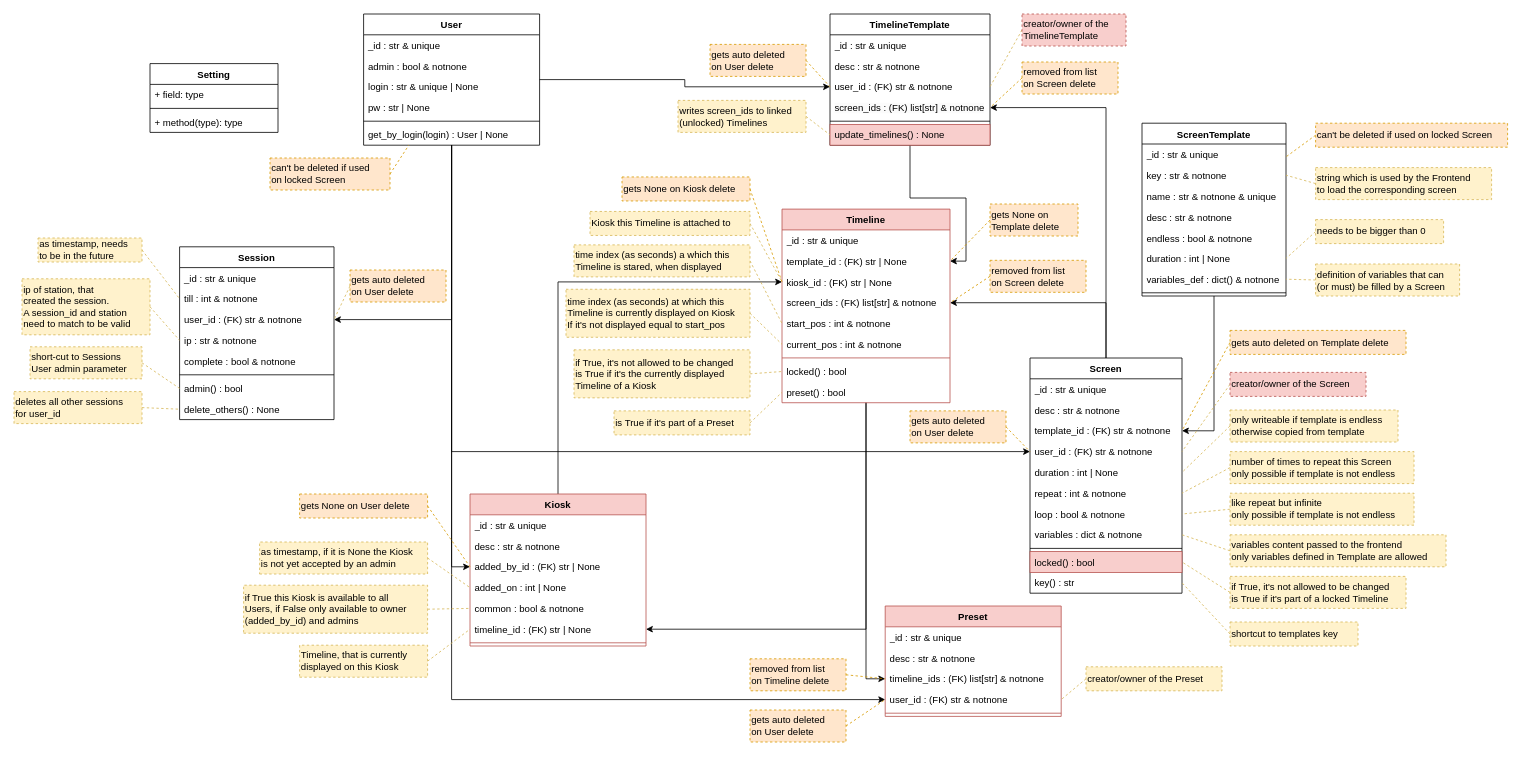
This is docs/elements.drawio from nlptournament/nlpt-kiosk, a draw.io file, before an edit. Source tidied: cells renumbered, new cells numbered last; positions are measured from the earlier drawing's top-left corner, leaving out a move shared by most shapes. Both pictures are drawn from the tidied source at 80%, with x=0, y=0 at pixel (14, 14).
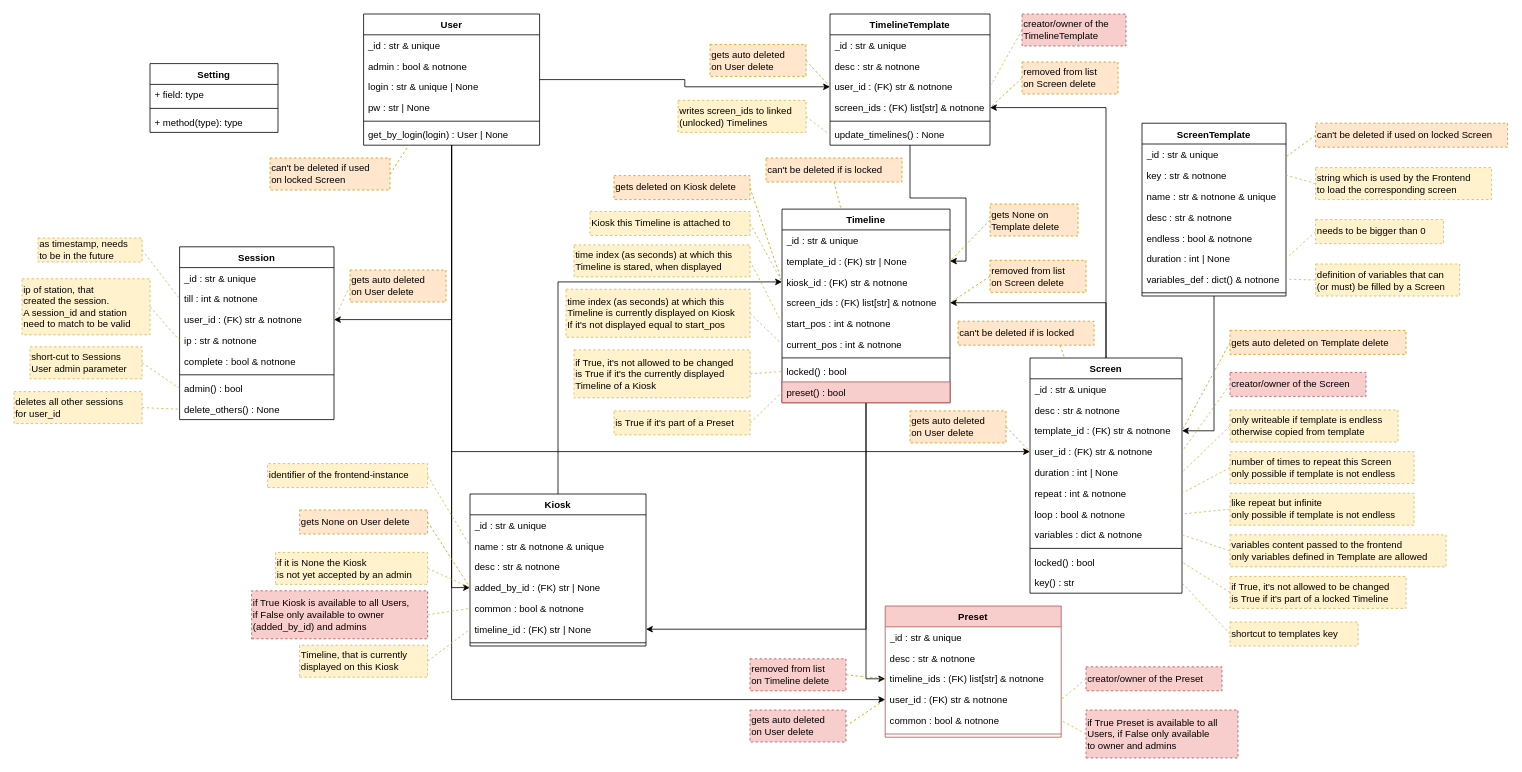
The same page after the edit.

Commit message (it also covers changes not shown here):
backend: added elements Timeline and Kiosk

Unchanged cells that the change refers to:
```xml
<mxCell id="47" value="TimelineTemplate" style="swimlane;fontStyle=1;align=center;verticalAlign=top;horizontal=1;startSize=26;whiteSpace=wrap;html=1;" parent="1" vertex="1">
  <mxGeometry x="1020" width="200" height="164" as="geometry" />
</mxCell>
<mxCell id="78" value="Screen" style="swimlane;fontStyle=1;align=center;verticalAlign=top;horizontal=1;startSize=26;whiteSpace=wrap;html=1;" parent="1" vertex="1">
  <mxGeometry x="1270" y="430" width="190" height="294" as="geometry" />
</mxCell>
```

The edit, as a diff of the source:
```diff
@@
-    <mxCell id="38" value="Kiosk" style="swimlane;fontStyle=1;align=center;verticalAlign=top;horizontal=1;startSize=26;whiteSpace=wrap;html=1;fillColor=#f8cecc;strokeColor=#b85450;" parent="1" vertex="1">
+    <mxCell id="38" value="Kiosk" style="swimlane;fontStyle=1;align=center;verticalAlign=top;horizontal=1;startSize=26;whiteSpace=wrap;html=1;" parent="1" vertex="1">
       <mxGeometry x="570" y="600" width="220" height="190" as="geometry" />
     </mxCell>
@@
+    <mxCell id="162" value="name : str &amp;amp; notnone &amp;amp; unique" style="text;strokeColor=none;fillColor=none;align=left;verticalAlign=top;spacingLeft=4;spacingRight=4;overflow=hidden;points=[[0,0.5],[1,0.5]];portConstraint=eastwest;whiteSpace=wrap;html=1;" parent="38" vertex="1">
+      <mxGeometry y="52" width="220" height="26" as="geometry" />
+    </mxCell>
     <mxCell id="40" value="desc : str &amp;amp; notnone" style="text;strokeColor=none;fillColor=none;align=left;verticalAlign=top;spacingLeft=4;spacingRight=4;overflow=hidden;whiteSpace=wrap;html=1;" parent="38" vertex="1">
-      <mxGeometry y="52" width="220" height="26" as="geometry" />
+      <mxGeometry y="78" width="220" height="26" as="geometry" />
     </mxCell>
     <mxCell id="41" value="added_by_id : (FK) str | None" style="text;strokeColor=none;fillColor=none;align=left;verticalAlign=top;spacingLeft=4;spacingRight=4;overflow=hidden;points=[[0,0.5],[1,0.5]];portConstraint=eastwest;whiteSpace=wrap;html=1;" parent="38" vertex="1">
-      <mxGeometry y="78" width="220" height="26" as="geometry" />
+      <mxGeometry y="104" width="220" height="26" as="geometry" />
     </mxCell>
-    <mxCell id="42" value="added_on : int | None" style="text;strokeColor=none;fillColor=none;align=left;verticalAlign=top;spacingLeft=4;spacingRight=4;overflow=hidden;points=[[0,0.5],[1,0.5]];portConstraint=eastwest;whiteSpace=wrap;html=1;" parent="38" vertex="1">
-      <mxGeometry y="104" width="220" height="26" as="geometry" />
-    </mxCell>
@@
-    <mxCell id="53" value="&lt;span style=&quot;color: rgb(0, 0, 0); font-family: Helvetica; font-size: 12px; font-style: normal; font-variant-ligatures: normal; font-variant-caps: normal; font-weight: 400; letter-spacing: normal; orphans: 2; text-align: left; text-indent: 0px; text-transform: none; widows: 2; word-spacing: 0px; -webkit-text-stroke-width: 0px; white-space: nowrap; text-decoration-thickness: initial; text-decoration-style: initial; text-decoration-color: initial; float: none; display: inline !important;&quot;&gt;update_timelines() : None&lt;/span&gt;" style="text;strokeColor=#b85450;fillColor=#f8cecc;align=left;verticalAlign=top;spacingLeft=4;spacingRight=4;overflow=hidden;points=[[0,0.5],[1,0.5]];portConstraint=eastwest;whiteSpace=wrap;html=1;labelBackgroundColor=none;" parent="47" vertex="1">
+    <mxCell id="53" value="&lt;span style=&quot;color: rgb(0, 0, 0); font-family: Helvetica; font-size: 12px; font-style: normal; font-variant-ligatures: normal; font-variant-caps: normal; font-weight: 400; letter-spacing: normal; orphans: 2; text-align: left; text-indent: 0px; text-transform: none; widows: 2; word-spacing: 0px; -webkit-text-stroke-width: 0px; white-space: nowrap; text-decoration-thickness: initial; text-decoration-style: initial; text-decoration-color: initial; float: none; display: inline !important;&quot;&gt;update_timelines() : None&lt;/span&gt;" style="text;align=left;verticalAlign=top;spacingLeft=4;spacingRight=4;overflow=hidden;points=[[0,0.5],[1,0.5]];portConstraint=eastwest;whiteSpace=wrap;html=1;labelBackgroundColor=none;" parent="47" vertex="1">
       <mxGeometry y="138" width="200" height="26" as="geometry" />
     </mxCell>
@@
-    <mxCell id="56" value="Timeline" style="swimlane;fontStyle=1;align=center;verticalAlign=top;horizontal=1;startSize=26;whiteSpace=wrap;html=1;fillColor=#f8cecc;strokeColor=#b85450;" parent="1" vertex="1">
+    <mxCell id="56" value="Timeline" style="swimlane;fontStyle=1;align=center;verticalAlign=top;horizontal=1;startSize=26;whiteSpace=wrap;html=1;" parent="1" vertex="1">
       <mxGeometry x="960" y="243.9" width="210" height="242" as="geometry" />
     </mxCell>
@@
-    <mxCell id="59" value="kiosk_id : (FK) str | None" style="text;strokeColor=none;fillColor=none;align=left;verticalAlign=top;spacingLeft=4;spacingRight=4;overflow=hidden;points=[[0,0.5],[1,0.5]];portConstraint=eastwest;whiteSpace=wrap;html=1;" parent="56" vertex="1">
+    <mxCell id="59" value="kiosk_id : (FK) str &amp;amp; notnone" style="text;strokeColor=none;fillColor=none;align=left;verticalAlign=top;spacingLeft=4;spacingRight=4;overflow=hidden;points=[[0,0.5],[1,0.5]];portConstraint=eastwest;whiteSpace=wrap;html=1;" parent="56" vertex="1">
       <mxGeometry y="78" width="210" height="26" as="geometry" />
     </mxCell>
@@
-    <mxCell id="64" value="locked() : bool" style="text;strokeColor=none;fillColor=none;align=left;verticalAlign=top;spacingLeft=4;spacingRight=4;overflow=hidden;points=[[0,0.5],[1,0.5]];portConstraint=eastwest;whiteSpace=wrap;html=1;" parent="56" vertex="1">
+    <mxCell id="64" value="locked() : bool" style="text;align=left;verticalAlign=top;spacingLeft=4;spacingRight=4;overflow=hidden;points=[[0,0.5],[1,0.5]];portConstraint=eastwest;whiteSpace=wrap;html=1;" parent="56" vertex="1">
       <mxGeometry y="190" width="210" height="26" as="geometry" />
     </mxCell>
-    <mxCell id="65" value="preset() : bool" style="text;strokeColor=none;fillColor=none;align=left;verticalAlign=top;spacingLeft=4;spacingRight=4;overflow=hidden;points=[[0,0.5],[1,0.5]];portConstraint=eastwest;whiteSpace=wrap;html=1;" parent="56" vertex="1">
+    <mxCell id="65" value="preset() : bool" style="text;strokeColor=#b85450;fillColor=#f8cecc;align=left;verticalAlign=top;spacingLeft=4;spacingRight=4;overflow=hidden;points=[[0,0.5],[1,0.5]];portConstraint=eastwest;whiteSpace=wrap;html=1;" parent="56" vertex="1">
       <mxGeometry y="216" width="210" height="26" as="geometry" />
     </mxCell>
@@
-    <mxCell id="88" value="locked() : bool" style="text;strokeColor=#b85450;fillColor=#f8cecc;align=left;verticalAlign=top;spacingLeft=4;spacingRight=4;overflow=hidden;points=[[0,0.5],[1,0.5]];portConstraint=eastwest;whiteSpace=wrap;html=1;" parent="78" vertex="1">
+    <mxCell id="88" value="locked() : bool" style="text;align=left;verticalAlign=top;spacingLeft=4;spacingRight=4;overflow=hidden;points=[[0,0.5],[1,0.5]];portConstraint=eastwest;whiteSpace=wrap;html=1;" parent="78" vertex="1">
       <mxGeometry y="242" width="190" height="26" as="geometry" />
     </mxCell>
@@
-    <mxCell id="90" style="rounded=0;jettySize=auto;html=1;exitX=1;exitY=0.5;exitDx=0;exitDy=0;entryX=0;entryY=0.5;entryDx=0;entryDy=0;fillColor=#fff2cc;strokeColor=#d6b656;dashed=1;endArrow=none;endFill=0;" parent="1" edge="1" source="91" target="42">
+    <mxCell id="90" style="rounded=0;jettySize=auto;html=1;exitX=1;exitY=0.5;exitDx=0;exitDy=0;entryX=0;entryY=0.5;entryDx=0;entryDy=0;fillColor=#fff2cc;strokeColor=#d6b656;dashed=1;endArrow=none;endFill=0;" parent="1" edge="1" source="91" target="41">
       <mxGeometry relative="1" as="geometry" />
     </mxCell>
-    <mxCell id="91" value="as timestamp, if it is None the Kiosk&lt;div&gt;is not yet accepted by an admin&lt;/div&gt;" style="rounded=0;whiteSpace=wrap;html=1;fillColor=#fff2cc;strokeColor=#d6b656;dashed=1;align=left;verticalAlign=middle;horizontal=1;labelPosition=center;verticalLabelPosition=middle;flipV=1;" parent="1" vertex="1">
-      <mxGeometry x="307" y="660" width="210" height="40" as="geometry" />
+    <mxCell id="91" value="if it is None the Kiosk&lt;div&gt;is not yet accepted by an admin&lt;/div&gt;" style="rounded=0;whiteSpace=wrap;html=1;fillColor=#fff2cc;strokeColor=#d6b656;dashed=1;align=left;verticalAlign=middle;horizontal=1;labelPosition=center;verticalLabelPosition=middle;flipV=1;" parent="1" vertex="1">
+      <mxGeometry x="327" y="673" width="190" height="40" as="geometry" />
     </mxCell>
@@
-    <mxCell id="93" value="if True this Kiosk is available to all&lt;div&gt;Users, if False only available to owner&lt;/div&gt;&lt;div&gt;(added_by_id) and admins&lt;/div&gt;" style="rounded=0;whiteSpace=wrap;html=1;fillColor=#fff2cc;strokeColor=#d6b656;dashed=1;align=left;verticalAlign=middle;horizontal=1;labelPosition=center;verticalLabelPosition=middle;flipV=1;" parent="1" vertex="1">
-      <mxGeometry x="287" y="714" width="230" height="60" as="geometry" />
+    <mxCell id="93" value="if True Kiosk is available to all&amp;nbsp;&lt;span style=&quot;background-color: initial;&quot;&gt;Users,&lt;/span&gt;&lt;div&gt;&lt;span style=&quot;background-color: initial;&quot;&gt;if False only available to owner&lt;/span&gt;&lt;div&gt;(added_by_id) and admins&lt;/div&gt;&lt;/div&gt;" style="rounded=0;whiteSpace=wrap;html=1;fillColor=#f8cecc;strokeColor=#b85450;dashed=1;align=left;verticalAlign=middle;horizontal=1;labelPosition=center;verticalLabelPosition=middle;flipV=1;" parent="1" vertex="1">
+      <mxGeometry x="297" y="721" width="220" height="60" as="geometry" />
     </mxCell>
@@
     <mxCell id="100" value="Preset" style="swimlane;fontStyle=1;align=center;verticalAlign=top;horizontal=1;startSize=26;whiteSpace=wrap;html=1;fillColor=#f8cecc;strokeColor=#b85450;" parent="1" vertex="1">
-      <mxGeometry x="1089" y="740" width="220" height="138" as="geometry" />
+      <mxGeometry x="1089" y="740" width="220" height="164" as="geometry" />
     </mxCell>
@@
+    <mxCell id="163" value="common : bool &amp;amp; notnone" style="text;strokeColor=none;fillColor=none;align=left;verticalAlign=top;spacingLeft=4;spacingRight=4;overflow=hidden;points=[[0,0.5],[1,0.5]];portConstraint=eastwest;whiteSpace=wrap;html=1;" parent="100" vertex="1">
+      <mxGeometry y="130" width="220" height="26" as="geometry" />
+    </mxCell>
     <mxCell id="105" style="line;strokeWidth=1;fillColor=none;align=left;verticalAlign=middle;spacingTop=-1;spacingLeft=3;spacingRight=3;labelPosition=right;strokeColor=inherit;" parent="100" vertex="1">
-      <mxGeometry y="130" width="220" height="8" as="geometry" />
+      <mxGeometry y="156" width="220" height="8" as="geometry" />
     </mxCell>
@@
-    <mxCell id="111" value="time index (as seconds) a which this&lt;div&gt;Timeline is stared, when displayed&lt;/div&gt;" style="rounded=0;whiteSpace=wrap;html=1;fillColor=#fff2cc;strokeColor=#d6b656;dashed=1;align=left;verticalAlign=middle;horizontal=1;labelPosition=center;verticalLabelPosition=middle;" parent="1" vertex="1">
+    <mxCell id="111" value="time index (as seconds) at which this&lt;div&gt;Timeline is stared, when displayed&lt;/div&gt;" style="rounded=0;whiteSpace=wrap;html=1;dashed=1;align=left;verticalAlign=middle;horizontal=1;labelPosition=center;verticalLabelPosition=middle;fillColor=#fff2cc;strokeColor=#d6b656;" parent="1" vertex="1">
       <mxGeometry x="700" y="288.6" width="220" height="40" as="geometry" />
     </mxCell>
@@
-    <mxCell id="131" value="&lt;div&gt;creator/owner of the Preset&lt;/div&gt;" style="rounded=0;whiteSpace=wrap;html=1;fillColor=#fff2cc;strokeColor=#d6b656;dashed=1;align=left;verticalAlign=middle;horizontal=1;labelPosition=center;verticalLabelPosition=middle;" parent="1" vertex="1">
+    <mxCell id="131" value="&lt;div&gt;creator/owner of the Preset&lt;/div&gt;" style="rounded=0;whiteSpace=wrap;html=1;fillColor=#f8cecc;strokeColor=#b85450;dashed=1;align=left;verticalAlign=middle;horizontal=1;labelPosition=center;verticalLabelPosition=middle;" parent="1" vertex="1">
       <mxGeometry x="1340" y="816" width="170" height="30" as="geometry" />
     </mxCell>
@@
-    <mxCell id="135" value="gets None on Kiosk&amp;nbsp;delete" style="rounded=0;whiteSpace=wrap;html=1;fillColor=#ffe6cc;strokeColor=#d79b00;dashed=1;align=left;verticalAlign=middle;horizontal=1;labelPosition=center;verticalLabelPosition=middle;" parent="1" vertex="1">
-      <mxGeometry x="760" y="203.7" width="160" height="30" as="geometry" />
+    <mxCell id="135" value="gets deleted on Kiosk&amp;nbsp;delete" style="rounded=0;whiteSpace=wrap;html=1;fillColor=#ffe6cc;strokeColor=#d79b00;dashed=1;align=left;verticalAlign=middle;horizontal=1;labelPosition=center;verticalLabelPosition=middle;" parent="1" vertex="1">
+      <mxGeometry x="750" y="202" width="170" height="30" as="geometry" />
     </mxCell>
@@
-    <mxCell id="143" value="gets auto deleted&lt;br&gt;on User delete" style="rounded=0;whiteSpace=wrap;html=1;fillColor=#ffe6cc;strokeColor=#d79b00;dashed=1;align=left;verticalAlign=middle;horizontal=1;labelPosition=center;verticalLabelPosition=middle;" parent="1" vertex="1">
+    <mxCell id="143" value="gets auto deleted&lt;br&gt;on User delete" style="rounded=0;whiteSpace=wrap;html=1;fillColor=#f8cecc;strokeColor=#b85450;dashed=1;align=left;verticalAlign=middle;horizontal=1;labelPosition=center;verticalLabelPosition=middle;" parent="1" vertex="1">
       <mxGeometry x="920" y="870" width="120" height="40" as="geometry" />
     </mxCell>
@@
     <mxCell id="145" value="gets None on User delete" style="rounded=0;whiteSpace=wrap;html=1;fillColor=#ffe6cc;strokeColor=#d79b00;dashed=1;align=left;verticalAlign=middle;horizontal=1;labelPosition=center;verticalLabelPosition=middle;" parent="1" vertex="1">
-      <mxGeometry x="357" y="600" width="160" height="30" as="geometry" />
+      <mxGeometry x="357" y="620" width="160" height="30" as="geometry" />
     </mxCell>
@@
-    <mxCell id="149" value="removed from list&lt;div&gt;on Timeline delete&lt;/div&gt;" style="rounded=0;whiteSpace=wrap;html=1;fillColor=#ffe6cc;strokeColor=#d79b00;dashed=1;align=left;verticalAlign=middle;horizontal=1;labelPosition=center;verticalLabelPosition=middle;" parent="1" vertex="1">
+    <mxCell id="149" value="removed from list&lt;div&gt;on Timeline delete&lt;/div&gt;" style="rounded=0;whiteSpace=wrap;html=1;fillColor=#f8cecc;strokeColor=#b85450;dashed=1;align=left;verticalAlign=middle;horizontal=1;labelPosition=center;verticalLabelPosition=middle;" parent="1" vertex="1">
       <mxGeometry x="920" y="806" width="120" height="40" as="geometry" />
     </mxCell>
@@
+    <mxCell id="164" style="rounded=0;jettySize=auto;html=1;exitX=0.75;exitY=1;exitDx=0;exitDy=0;dashed=1;endArrow=none;endFill=0;fillColor=#ffe6cc;strokeColor=#d79b00;" parent="1" edge="1" source="165" target="78">
+      <mxGeometry relative="1" as="geometry" />
+    </mxCell>
+    <mxCell id="165" value="can't be deleted if is locked" style="rounded=0;whiteSpace=wrap;html=1;fillColor=#ffe6cc;strokeColor=#d79b00;dashed=1;align=left;verticalAlign=middle;horizontal=1;labelPosition=center;verticalLabelPosition=middle;" parent="1" vertex="1">
+      <mxGeometry x="1180" y="384" width="170" height="30" as="geometry" />
+    </mxCell>
+    <mxCell id="166" style="rounded=0;jettySize=auto;html=1;exitX=0.5;exitY=1;exitDx=0;exitDy=0;dashed=1;endArrow=none;endFill=0;fillColor=#ffe6cc;strokeColor=#d79b00;" parent="1" edge="1" source="167" target="56">
+      <mxGeometry relative="1" as="geometry" />
+    </mxCell>
+    <mxCell id="167" value="can't be deleted if is locked" style="rounded=0;whiteSpace=wrap;html=1;fillColor=#ffe6cc;strokeColor=#d79b00;dashed=1;align=left;verticalAlign=middle;horizontal=1;labelPosition=center;verticalLabelPosition=middle;" parent="1" vertex="1">
+      <mxGeometry x="940" y="180" width="170" height="30" as="geometry" />
+    </mxCell>
+    <mxCell id="168" style="rounded=0;jettySize=auto;html=1;exitX=1;exitY=0.5;exitDx=0;exitDy=0;entryX=0;entryY=0.5;entryDx=0;entryDy=0;dashed=1;endArrow=none;endFill=0;fillColor=#fff2cc;strokeColor=#d6b656;" parent="1" edge="1" source="169" target="162">
+      <mxGeometry relative="1" as="geometry" />
+    </mxCell>
+    <mxCell id="169" value="identifier of the frontend-instance" style="rounded=0;whiteSpace=wrap;html=1;fillColor=#fff2cc;strokeColor=#d6b656;dashed=1;align=left;verticalAlign=middle;horizontal=1;labelPosition=center;verticalLabelPosition=middle;flipV=1;" parent="1" vertex="1">
+      <mxGeometry x="317" y="562" width="200" height="30" as="geometry" />
+    </mxCell>
+    <mxCell id="170" style="rounded=0;jettySize=auto;html=1;exitX=0;exitY=0.5;exitDx=0;exitDy=0;entryX=1;entryY=0.5;entryDx=0;entryDy=0;dashed=1;endArrow=none;endFill=0;fillColor=#fff2cc;strokeColor=#d6b656;" parent="1" edge="1" source="171" target="163">
+      <mxGeometry relative="1" as="geometry" />
+    </mxCell>
+    <mxCell id="171" value="if True Preset is available to&amp;nbsp;&lt;span style=&quot;background-color: initial;&quot;&gt;all&lt;/span&gt;&lt;div&gt;&lt;span style=&quot;background-color: initial;&quot;&gt;Users, if False only&amp;nbsp;&lt;/span&gt;&lt;span style=&quot;background-color: initial;&quot;&gt;available&lt;/span&gt;&lt;/div&gt;&lt;div&gt;&lt;span style=&quot;background-color: initial;&quot;&gt;to owner&amp;nbsp;&lt;/span&gt;&lt;span style=&quot;background-color: initial;&quot;&gt;and admins&lt;/span&gt;&lt;/div&gt;" style="rounded=0;whiteSpace=wrap;html=1;fillColor=#f8cecc;strokeColor=#b85450;dashed=1;align=left;verticalAlign=middle;horizontal=1;labelPosition=center;verticalLabelPosition=middle;flipV=1;" parent="1" vertex="1">
+      <mxGeometry x="1340" y="870" width="190" height="60" as="geometry" />
+    </mxCell>
```
